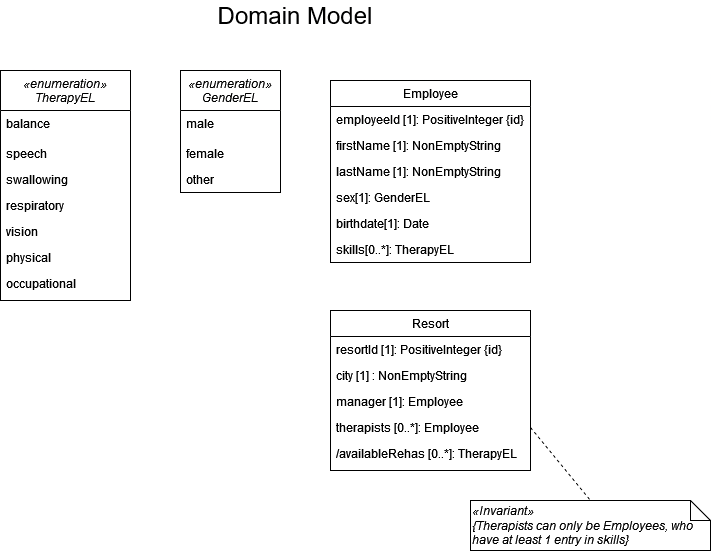
Before: new_OO_model.drawio.png, a diagram exported from draw.io (Polewska/webapp22-Polewska). Source tidied: cells renumbered, new cells last; positions are measured from the earlier drawing's top-left corner, leaving out a move shared by most shapes. Its diagram source:
```xml
<mxGraphModel background="#ffffff">
  <root>
    <mxCell id="0" />
    <mxCell id="1" parent="0" />
    <mxCell id="2" value="«enumeration»&#10;TherapyEL" style="swimlane;fontStyle=2;align=center;verticalAlign=top;horizontal=1;startSize=40;rounded=0;shadow=0;strokeWidth=1;" parent="1" vertex="1">
      <mxGeometry y="70" width="130" height="230" as="geometry" />
    </mxCell>
    <mxCell id="3" value="balance" style="text;align=left;verticalAlign=top;spacingLeft=4;spacingRight=4;overflow=hidden;" parent="2" vertex="1">
      <mxGeometry y="40" width="130" height="30" as="geometry" />
    </mxCell>
    <mxCell id="4" value="speech" style="text;align=left;verticalAlign=top;spacingLeft=4;spacingRight=4;overflow=hidden;rounded=0;shadow=0;html=0;" parent="2" vertex="1">
      <mxGeometry y="70" width="130" height="26" as="geometry" />
    </mxCell>
    <mxCell id="5" value="swallowing" style="text;align=left;verticalAlign=top;spacingLeft=4;spacingRight=4;overflow=hidden;rounded=0;shadow=0;html=0;" parent="2" vertex="1">
      <mxGeometry y="96" width="130" height="26" as="geometry" />
    </mxCell>
    <mxCell id="6" value="respiratory" style="text;align=left;verticalAlign=top;spacingLeft=4;spacingRight=4;overflow=hidden;rounded=0;shadow=0;html=0;" parent="2" vertex="1">
      <mxGeometry y="122" width="130" height="26" as="geometry" />
    </mxCell>
    <mxCell id="7" value="vision" style="text;align=left;verticalAlign=top;spacingLeft=4;spacingRight=4;overflow=hidden;rounded=0;shadow=0;html=0;" parent="2" vertex="1">
      <mxGeometry y="148" width="130" height="26" as="geometry" />
    </mxCell>
    <mxCell id="8" value="physical" style="text;align=left;verticalAlign=top;spacingLeft=4;spacingRight=4;overflow=hidden;rounded=0;shadow=0;html=0;" parent="2" vertex="1">
      <mxGeometry y="174" width="130" height="26" as="geometry" />
    </mxCell>
    <mxCell id="9" value="occupational" style="text;align=left;verticalAlign=top;spacingLeft=4;spacingRight=4;overflow=hidden;rounded=0;shadow=0;html=0;" parent="2" vertex="1">
      <mxGeometry y="200" width="130" height="26" as="geometry" />
    </mxCell>
    <mxCell id="10" value="Employee" style="swimlane;fontStyle=0;align=center;verticalAlign=top;horizontal=1;startSize=26;rounded=0;shadow=0;strokeWidth=1;" parent="1" vertex="1">
      <mxGeometry x="330" y="80" width="200" height="182" as="geometry" />
    </mxCell>
    <mxCell id="11" value="employeeId [1]: PositiveInteger {id}" style="text;align=left;verticalAlign=top;spacingLeft=4;spacingRight=4;overflow=hidden;" parent="10" vertex="1">
      <mxGeometry y="26" width="200" height="26" as="geometry" />
    </mxCell>
    <mxCell id="12" value="firstName [1]: NonEmptyString" style="text;align=left;verticalAlign=top;spacingLeft=4;spacingRight=4;overflow=hidden;rounded=0;shadow=0;html=0;" parent="10" vertex="1">
      <mxGeometry y="52" width="200" height="26" as="geometry" />
    </mxCell>
    <mxCell id="13" value="lastName [1]: NonEmptyString" style="text;align=left;verticalAlign=top;spacingLeft=4;spacingRight=4;overflow=hidden;rounded=0;shadow=0;html=0;" parent="10" vertex="1">
      <mxGeometry y="78" width="200" height="26" as="geometry" />
    </mxCell>
    <mxCell id="14" value="sex[1]: GenderEL" style="text;align=left;verticalAlign=top;spacingLeft=4;spacingRight=4;overflow=hidden;rounded=0;shadow=0;html=0;" parent="10" vertex="1">
      <mxGeometry y="104" width="200" height="26" as="geometry" />
    </mxCell>
    <mxCell id="15" value="birthdate[1]: Date" style="text;align=left;verticalAlign=top;spacingLeft=4;spacingRight=4;overflow=hidden;rounded=0;shadow=0;html=0;" parent="10" vertex="1">
      <mxGeometry y="130" width="200" height="26" as="geometry" />
    </mxCell>
    <mxCell id="16" value="skills[0..*]: TherapyEL" style="text;align=left;verticalAlign=top;spacingLeft=4;spacingRight=4;overflow=hidden;rounded=0;shadow=0;html=0;" parent="10" vertex="1">
      <mxGeometry y="156" width="200" height="26" as="geometry" />
    </mxCell>
    <mxCell id="17" value="Resort" style="swimlane;fontStyle=0;align=center;verticalAlign=top;horizontal=1;startSize=26;rounded=0;shadow=0;strokeWidth=1;" parent="1" vertex="1">
      <mxGeometry x="330" y="310" width="200" height="160" as="geometry" />
    </mxCell>
    <mxCell id="18" value="resortId [1]: PositiveInteger {id}" style="text;align=left;verticalAlign=top;spacingLeft=4;spacingRight=4;overflow=hidden;rounded=0;shadow=0;html=0;" parent="17" vertex="1">
      <mxGeometry y="26" width="200" height="26" as="geometry" />
    </mxCell>
    <mxCell id="19" value="city [1] : NonEmptyString" style="text;align=left;verticalAlign=top;spacingLeft=4;spacingRight=4;overflow=hidden;" parent="17" vertex="1">
      <mxGeometry y="52" width="200" height="26" as="geometry" />
    </mxCell>
    <mxCell id="20" value="manager [1]: Employee" style="text;align=left;verticalAlign=top;spacingLeft=4;spacingRight=4;overflow=hidden;rounded=0;shadow=0;html=0;" parent="17" vertex="1">
      <mxGeometry y="78" width="200" height="26" as="geometry" />
    </mxCell>
    <mxCell id="21" value="therapists [0..*]: Employee" style="text;align=left;verticalAlign=top;spacingLeft=4;spacingRight=4;overflow=hidden;points=[[0,0.5],[1,0.5]];portConstraint=eastwest;rounded=0;shadow=0;html=0;" parent="17" vertex="1">
      <mxGeometry y="104" width="200" height="26" as="geometry" />
    </mxCell>
    <mxCell id="22" value="/availableRehas [0..*]: TherapyEL" style="text;align=left;verticalAlign=top;spacingLeft=4;spacingRight=4;overflow=hidden;rounded=0;shadow=0;html=0;" parent="17" vertex="1">
      <mxGeometry y="130" width="200" height="26" as="geometry" />
    </mxCell>
    <mxCell id="23" value="«enumeration»&#10;GenderEL" style="swimlane;fontStyle=2;align=center;verticalAlign=top;horizontal=1;startSize=40;rounded=0;shadow=0;strokeWidth=1;" parent="1" vertex="1">
      <mxGeometry x="180" y="70" width="100" height="122" as="geometry" />
    </mxCell>
    <mxCell id="24" value="male" style="text;align=left;verticalAlign=top;spacingLeft=4;spacingRight=4;overflow=hidden;" parent="23" vertex="1">
      <mxGeometry y="40" width="100" height="30" as="geometry" />
    </mxCell>
    <mxCell id="25" value="female" style="text;align=left;verticalAlign=top;spacingLeft=4;spacingRight=4;overflow=hidden;rounded=0;shadow=0;html=0;" parent="23" vertex="1">
      <mxGeometry y="70" width="100" height="26" as="geometry" />
    </mxCell>
    <mxCell id="26" value="other" style="text;align=left;verticalAlign=top;spacingLeft=4;spacingRight=4;overflow=hidden;rounded=0;shadow=0;html=0;" parent="23" vertex="1">
      <mxGeometry y="96" width="100" height="26" as="geometry" />
    </mxCell>
    <mxCell id="27" value="&lt;div align=&quot;left&quot;&gt;&lt;i&gt;«Invariant»&lt;/i&gt;&lt;/div&gt;&lt;div align=&quot;left&quot;&gt;&lt;i&gt;{Therapists can only be Employees, who have at least 1 entry in skills}&lt;/i&gt;&lt;/div&gt;" style="shape=note;size=20;whiteSpace=wrap;html=1;align=left;" parent="1" vertex="1">
      <mxGeometry x="470" y="500" width="240" height="50" as="geometry" />
    </mxCell>
    <mxCell id="28" style="endArrow=none;html=1;rounded=0;dashed=1;exitX=1;exitY=0.5;exitDx=0;exitDy=0;entryX=0.5;entryY=0;entryDx=0;entryDy=0;entryPerimeter=0;" parent="1" edge="1" source="21" target="27">
      <mxGeometry relative="1" as="geometry" />
    </mxCell>
    <mxCell id="29" value="&lt;font style=&quot;font-size: 24px;&quot;&gt;Domain Model&lt;/font&gt;" style="text;html=1;strokeColor=none;fillColor=none;align=center;verticalAlign=middle;whiteSpace=wrap;rounded=0;" parent="1" vertex="1">
      <mxGeometry x="200" width="190" height="30" as="geometry" />
    </mxCell>
  </root>
</mxGraphModel>
```
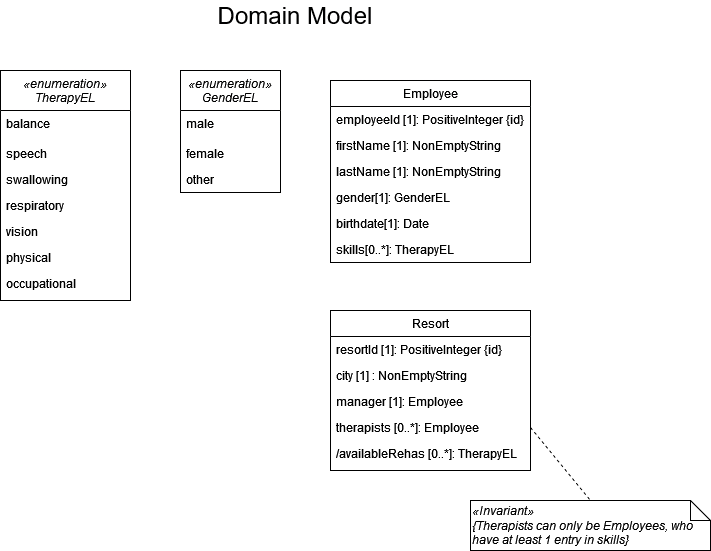
Above is the later version.

The edit, as a diff of the source:
```diff
@@ -38,7 +38,7 @@
     <mxCell id="13" value="lastName [1]: NonEmptyString" style="text;align=left;verticalAlign=top;spacingLeft=4;spacingRight=4;overflow=hidden;rounded=0;shadow=0;html=0;" parent="10" vertex="1">
       <mxGeometry y="78" width="200" height="26" as="geometry" />
     </mxCell>
-    <mxCell id="14" value="sex[1]: GenderEL" style="text;align=left;verticalAlign=top;spacingLeft=4;spacingRight=4;overflow=hidden;rounded=0;shadow=0;html=0;" parent="10" vertex="1">
+    <mxCell id="14" value="gender[1]: GenderEL" style="text;align=left;verticalAlign=top;spacingLeft=4;spacingRight=4;overflow=hidden;rounded=0;shadow=0;html=0;" parent="10" vertex="1">
       <mxGeometry y="104" width="200" height="26" as="geometry" />
     </mxCell>
     <mxCell id="15" value="birthdate[1]: Date" style="text;align=left;verticalAlign=top;spacingLeft=4;spacingRight=4;overflow=hidden;rounded=0;shadow=0;html=0;" parent="10" vertex="1">
```
